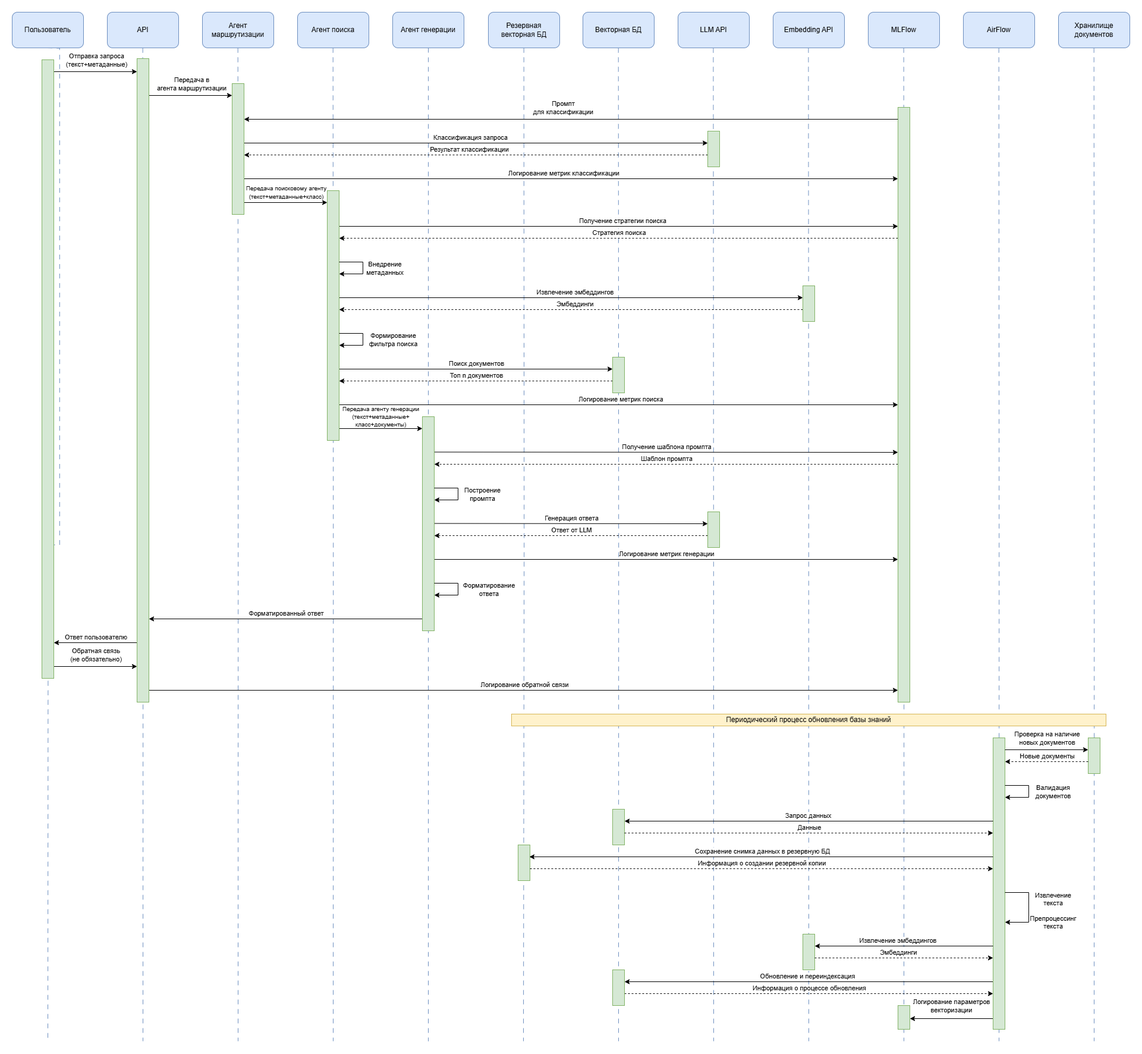
DenkingOfficial/urfu-mlops-test-application keeps this draw.io diagram as application-stage-2/imgs/interaction-protocol.png. Above is the earlier version. Source tidied: cells renumbered, new cells last; positions are measured from the earlier drawing's top-left corner, leaving out a move shared by most shapes.
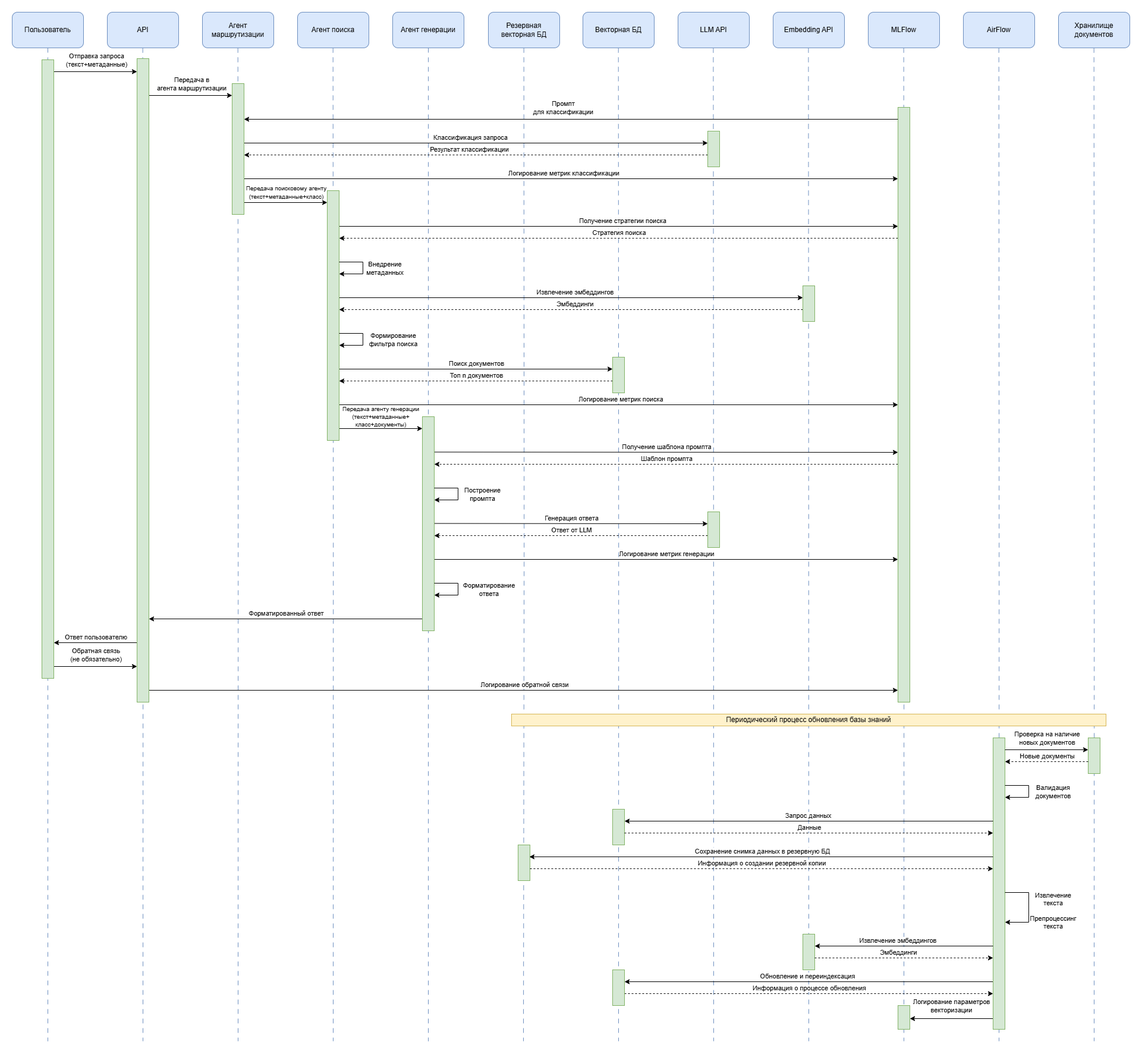
Later version of the same file.

Commit message:
Update interaction protocol image

Change to the diagram source:
```diff
@@ -2,10 +2,12 @@
   <root>
     <mxCell id="0" />
     <mxCell id="1" parent="0" />
-    <mxCell id="2" style="edgeStyle=orthogonalEdgeStyle;rounded=0;orthogonalLoop=1;jettySize=auto;html=1;endArrow=none;startFill=0;dashed=1;dashPattern=8 8;fillColor=#dae8fc;strokeColor=#6c8ebf;" parent="1" edge="1">
+    <mxCell id="2" style="edgeStyle=orthogonalEdgeStyle;rounded=0;jettySize=auto;html=1;endArrow=none;startFill=0;dashed=1;dashPattern=8 8;fillColor=#dae8fc;strokeColor=#6c8ebf;exitX=0.5;exitY=1;exitDx=0;exitDy=0;" parent="1" edge="1" source="14">
       <mxGeometry relative="1" as="geometry">
-        <mxPoint x="58.9" y="60" as="sourcePoint" />
         <mxPoint x="60" y="1730" as="targetPoint" />
+        <Array as="points">
+          <mxPoint x="60" y="1730" />
+        </Array>
       </mxGeometry>
     </mxCell>
     <mxCell id="3" style="edgeStyle=orthogonalEdgeStyle;rounded=0;orthogonalLoop=1;jettySize=auto;html=1;endArrow=none;startFill=0;dashed=1;dashPattern=8 8;fillColor=#dae8fc;strokeColor=#6c8ebf;" parent="1" edge="1">
```
